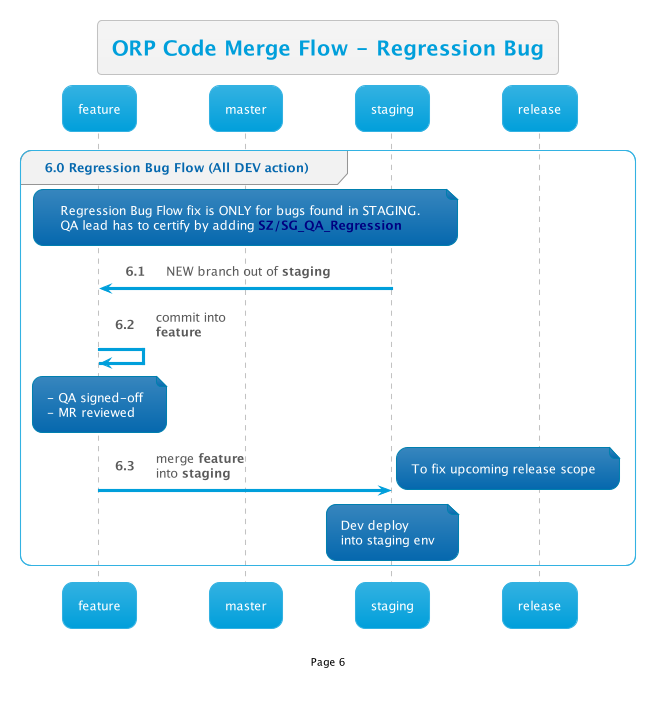
The PlantUML diagram out/RegularRelease/CodeMergeFlow/6/6.png in thetomitomo/diagrams, before a commit.
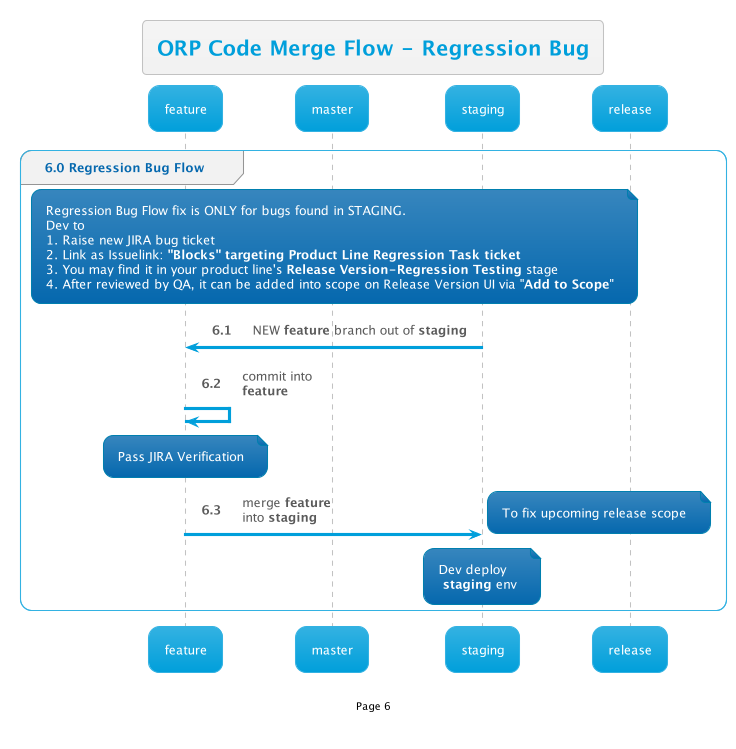
Later version of the same file.

Commit message:
update regression flow

Diff of the diagram source:
```diff
@@ -4,18 +4,18 @@
 
 title ORP Code Merge Flow - Regression Bug
 
-group 6.0 Regression Bug Flow (All DEV action)
-    note over feature, staging : Regression Bug Flow fix is ONLY for bugs found in STAGING.\nQA lead has to certify by adding <b><color #Navy>SZ/SG_QA_Regression</color></b>
-    staging -> feature: NEW branch out of <b>staging</b>
+group 6.0 Regression Bug Flow
+    note over feature, staging : Regression Bug Flow fix is ONLY for bugs found in STAGING.\nDev to\n1. Raise new JIRA bug ticket\n2. Link as Issuelink: <b>"Blocks"<b> targeting Product Line Regression Task ticket\n3. You may find it in your product line's <b>Release Version-Regression Testing</b> stage\n4. After reviewed by QA, it can be added into scope on Release Version UI via "<b>Add to Scope</b>"
+    staging -> feature: NEW <b>feature</b> branch out of <b>staging</b>
 
     feature -> feature: commit into\n<b>feature</b>
-    note over feature: - QA signed-off\n- MR reviewed
+    note over feature: Pass JIRA Verification
 
     feature -> staging: merge <b>feature</b>\ninto <b>staging</b>
     note right
         To fix upcoming release scope
     end note
 
-    note over staging: Dev deploy\ninto staging env
+    note over staging: Dev deploy\n <b>staging</b> env
 end
 @enduml
```
